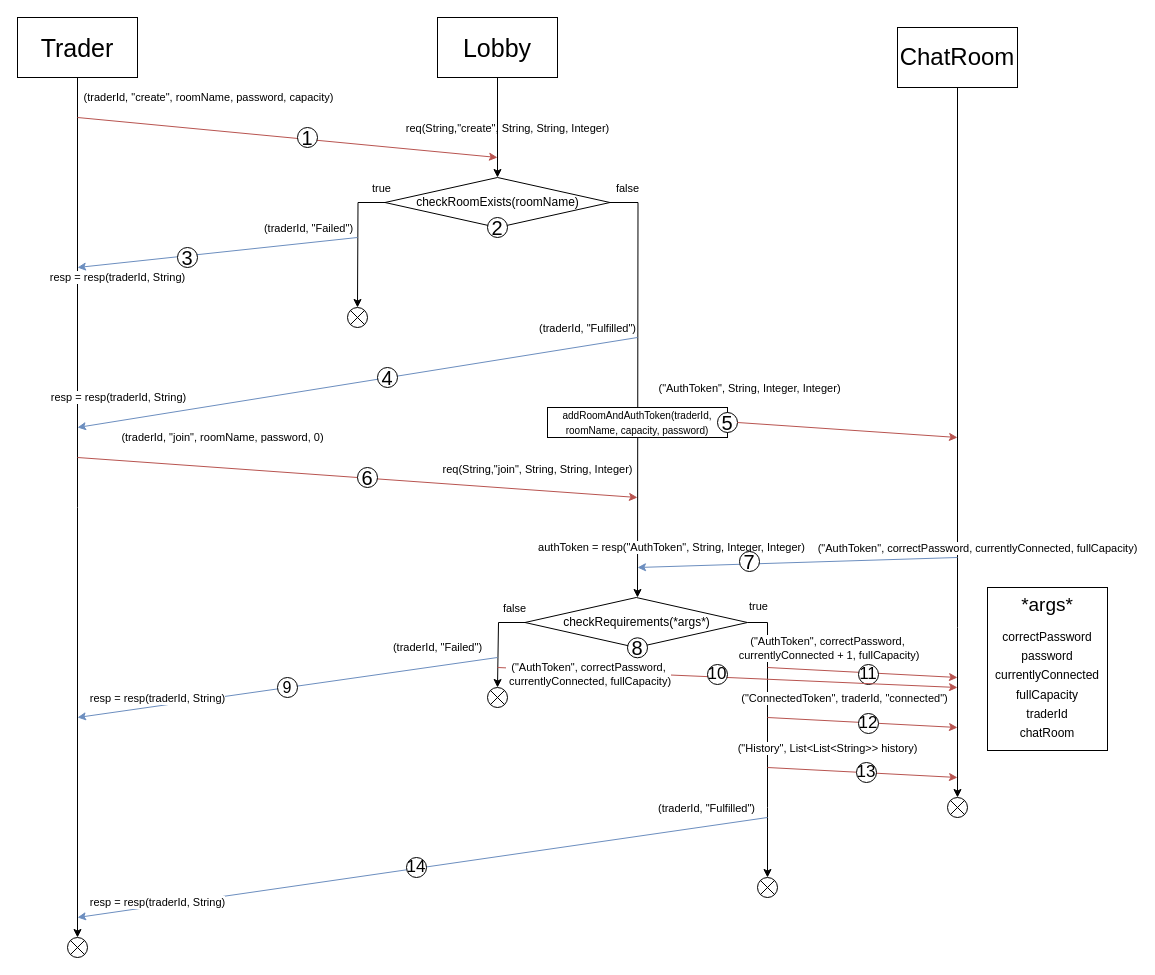
Above: ChatProtocol.drawio in FrederikvSvane/PrototypeStockMarketSim (draw.io), before the change. Source tidied: cells renumbered, new cells numbered last; positions are measured from the earlier drawing's top-left corner, leaving out a move shared by most shapes. Both pictures are drawn from the tidied source at 100%, with x=0, y=0 at pixel (17, 17).
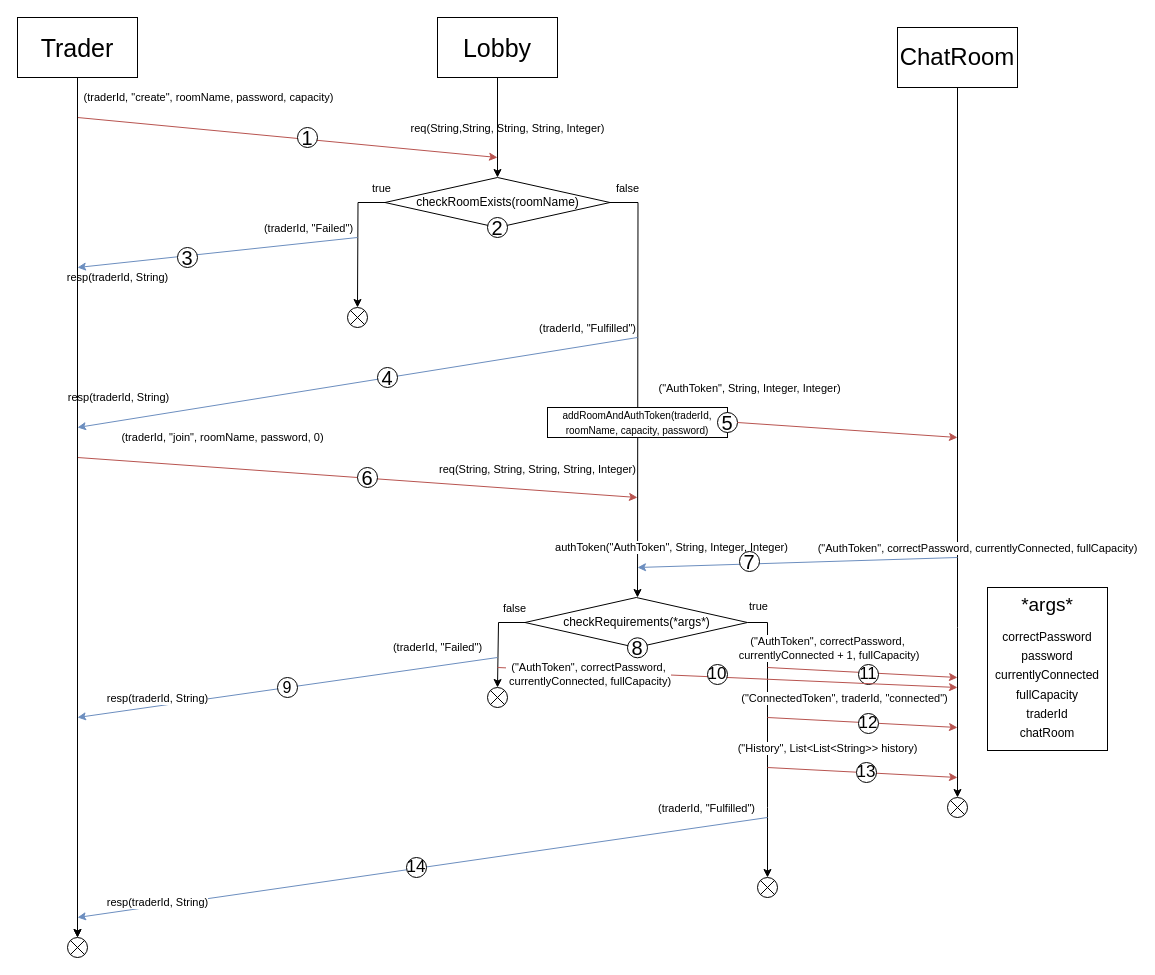
The same page after the edit.

The change refers to these unchanged cells:
```xml
<mxCell id="3" value="&lt;font style=&quot;font-size: 25px;&quot;&gt;Trader&lt;/font&gt;" style="rounded=0;whiteSpace=wrap;html=1;" parent="1" vertex="1">
  <mxGeometry width="120" height="60" as="geometry" />
</mxCell>
<mxCell id="5" style="endArrow=classic;html=1;rounded=0;fillColor=#f8cecc;strokeColor=#b85450;" parent="1" edge="1">
  <mxGeometry relative="1" as="geometry">
    <mxPoint x="60" y="100" as="sourcePoint" />
    <mxPoint x="480" y="140" as="targetPoint" />
  </mxGeometry>
</mxCell>
<mxCell id="15" style="endArrow=classic;html=1;rounded=0;fillColor=#dae8fc;strokeColor=#6c8ebf;" parent="1" edge="1">
  <mxGeometry relative="1" as="geometry">
    <mxPoint x="340" y="220" as="sourcePoint" />
    <mxPoint x="60" y="250" as="targetPoint" />
  </mxGeometry>
</mxCell>
<mxCell id="20" style="endArrow=classic;html=1;rounded=0;fillColor=#dae8fc;strokeColor=#6c8ebf;" parent="1" edge="1">
  <mxGeometry relative="1" as="geometry">
    <mxPoint x="620" y="320" as="sourcePoint" />
    <mxPoint x="60" y="410" as="targetPoint" />
  </mxGeometry>
</mxCell>
<mxCell id="30" style="endArrow=classic;html=1;rounded=0;fillColor=#f8cecc;strokeColor=#b85450;" parent="1" edge="1">
  <mxGeometry relative="1" as="geometry">
    <mxPoint x="60" y="440" as="sourcePoint" />
    <mxPoint x="620" y="480" as="targetPoint" />
  </mxGeometry>
</mxCell>
<mxCell id="39" style="endArrow=classic;html=1;rounded=0;fillColor=#dae8fc;strokeColor=#6c8ebf;" parent="1" edge="1">
  <mxGeometry relative="1" as="geometry">
    <mxPoint x="480" y="640" as="sourcePoint" />
    <mxPoint x="60" y="700" as="targetPoint" />
  </mxGeometry>
</mxCell>
<mxCell id="44" style="endArrow=classic;html=1;rounded=0;fillColor=#dae8fc;strokeColor=#6c8ebf;" parent="1" edge="1">
  <mxGeometry relative="1" as="geometry">
    <mxPoint x="940" y="540" as="sourcePoint" />
    <mxPoint x="620" y="550" as="targetPoint" />
  </mxGeometry>
</mxCell>
<mxCell id="53" style="endArrow=classic;html=1;rounded=0;fillColor=#dae8fc;strokeColor=#6c8ebf;" parent="1" edge="1">
  <mxGeometry relative="1" as="geometry">
    <mxPoint x="750" y="800" as="sourcePoint" />
    <mxPoint x="60" y="900" as="targetPoint" />
  </mxGeometry>
</mxCell>
```

Change to the diagram source:
```diff
@@
-    <mxCell id="2" style="edgeStyle=orthogonalEdgeStyle;rounded=0;jettySize=auto;html=1;" parent="1" edge="1" source="3">
+    <mxCell id="2" style="edgeStyle=orthogonalEdgeStyle;rounded=0;orthogonalLoop=1;jettySize=auto;html=1;" parent="1" edge="1">
       <mxGeometry relative="1" as="geometry">
+        <mxPoint x="60" y="320" as="sourcePoint" />
         <mxPoint x="60" y="920" as="targetPoint" />
       </mxGeometry>
     </mxCell>
@@
-    <mxCell id="7" value="req(String,&quot;create&quot;, String, String, Integer)" style="edgeLabel;html=1;align=center;verticalAlign=middle;" parent="5" vertex="1">
+    <mxCell id="7" value="req(String,String, String, String, Integer)" style="edgeLabel;html=1;align=center;verticalAlign=middle;" parent="5" vertex="1">
       <mxGeometry x="0.76" y="-1" relative="1" as="geometry">
         <mxPoint x="60" y="-26" as="offset" />
       </mxGeometry>
     </mxCell>
@@
-    <mxCell id="17" value="resp = resp(traderId, String)" style="edgeLabel;html=1;align=center;verticalAlign=middle;" parent="15" vertex="1">
+    <mxCell id="17" value="resp(traderId, String)" style="edgeLabel;html=1;align=center;verticalAlign=middle;" parent="15" vertex="1">
       <mxGeometry x="0.64" y="-3" relative="1" as="geometry">
         <mxPoint x="-10" y="18" as="offset" />
       </mxGeometry>
     </mxCell>
@@
-    <mxCell id="22" value="resp = resp(traderId, String)" style="edgeLabel;html=1;align=center;verticalAlign=middle;" parent="20" vertex="1">
+    <mxCell id="22" value="resp(traderId, String)" style="edgeLabel;html=1;align=center;verticalAlign=middle;" parent="20" vertex="1">
       <mxGeometry x="0.68" y="-5" relative="1" as="geometry">
         <mxPoint x="-49" y="-11" as="offset" />
       </mxGeometry>
     </mxCell>
@@
-    <mxCell id="32" value="req(String,&quot;join&quot;, String, String, Integer)" style="edgeLabel;html=1;align=center;verticalAlign=middle;" parent="30" vertex="1">
+    <mxCell id="32" value="req(String, String, String, String, Integer)" style="edgeLabel;html=1;align=center;verticalAlign=middle;" parent="30" vertex="1">
       <mxGeometry x="0.76" y="-1" relative="1" as="geometry">
         <mxPoint x="-33" y="-25" as="offset" />
       </mxGeometry>
     </mxCell>
@@
-    <mxCell id="41" value="resp = resp(traderId, String)" style="edgeLabel;html=1;align=center;verticalAlign=middle;" parent="39" vertex="1">
+    <mxCell id="41" value="resp(traderId, String)" style="edgeLabel;html=1;align=center;verticalAlign=middle;" parent="39" vertex="1">
       <mxGeometry x="0.7" y="-3" relative="1" as="geometry">
         <mxPoint x="17" y="-8" as="offset" />
       </mxGeometry>
     </mxCell>
@@
-    <mxCell id="46" value="authToken = resp(&quot;AuthToken&quot;, String, Integer, Integer)" style="edgeLabel;html=1;align=center;verticalAlign=middle;" parent="44" vertex="1">
+    <mxCell id="46" value="authToken(&quot;AuthToken&quot;, String, Integer, Integer)" style="edgeLabel;html=1;align=center;verticalAlign=middle;" parent="44" vertex="1">
       <mxGeometry x="0.8" y="-2" relative="1" as="geometry">
         <mxPoint x="1" y="-17" as="offset" />
       </mxGeometry>
     </mxCell>
@@
-    <mxCell id="55" value="resp = resp(traderId, String)" style="edgeLabel;html=1;align=center;verticalAlign=middle;" parent="53" vertex="1">
+    <mxCell id="55" value="resp(traderId, String)" style="edgeLabel;html=1;align=center;verticalAlign=middle;" parent="53" vertex="1">
       <mxGeometry x="0.68" relative="1" as="geometry">
         <mxPoint x="-31" as="offset" />
       </mxGeometry>
     </mxCell>
@@
+    <mxCell id="71" style="edgeStyle=orthogonalEdgeStyle;rounded=0;jettySize=auto;html=1;" parent="1" edge="1" source="3">
+      <mxGeometry relative="1" as="geometry">
+        <mxPoint x="60" y="920" as="targetPoint" />
+      </mxGeometry>
+    </mxCell>
```
